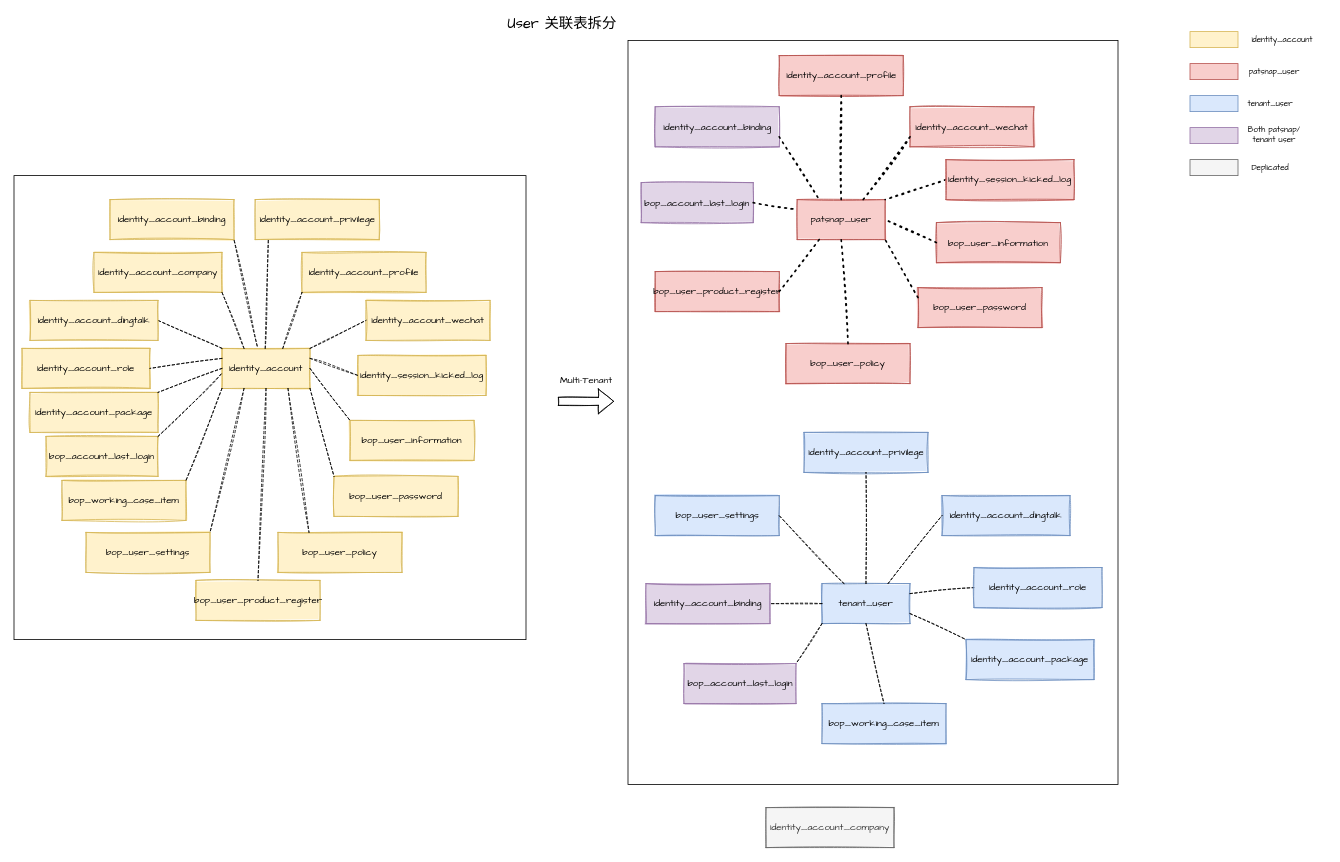
The draw.io diagram page "Page-2" (2 of 2) of Multi-Tenants.drawio in yindongjun/gangzhang.github.io, before the edit. Source tidied: cells renumbered, new cells numbered last; positions are measured from the earlier drawing's top-left corner, leaving out a move shared by most shapes. Both pictures are drawn from the tidied source at 80%, with x=0, y=0 at pixel (14, 15).
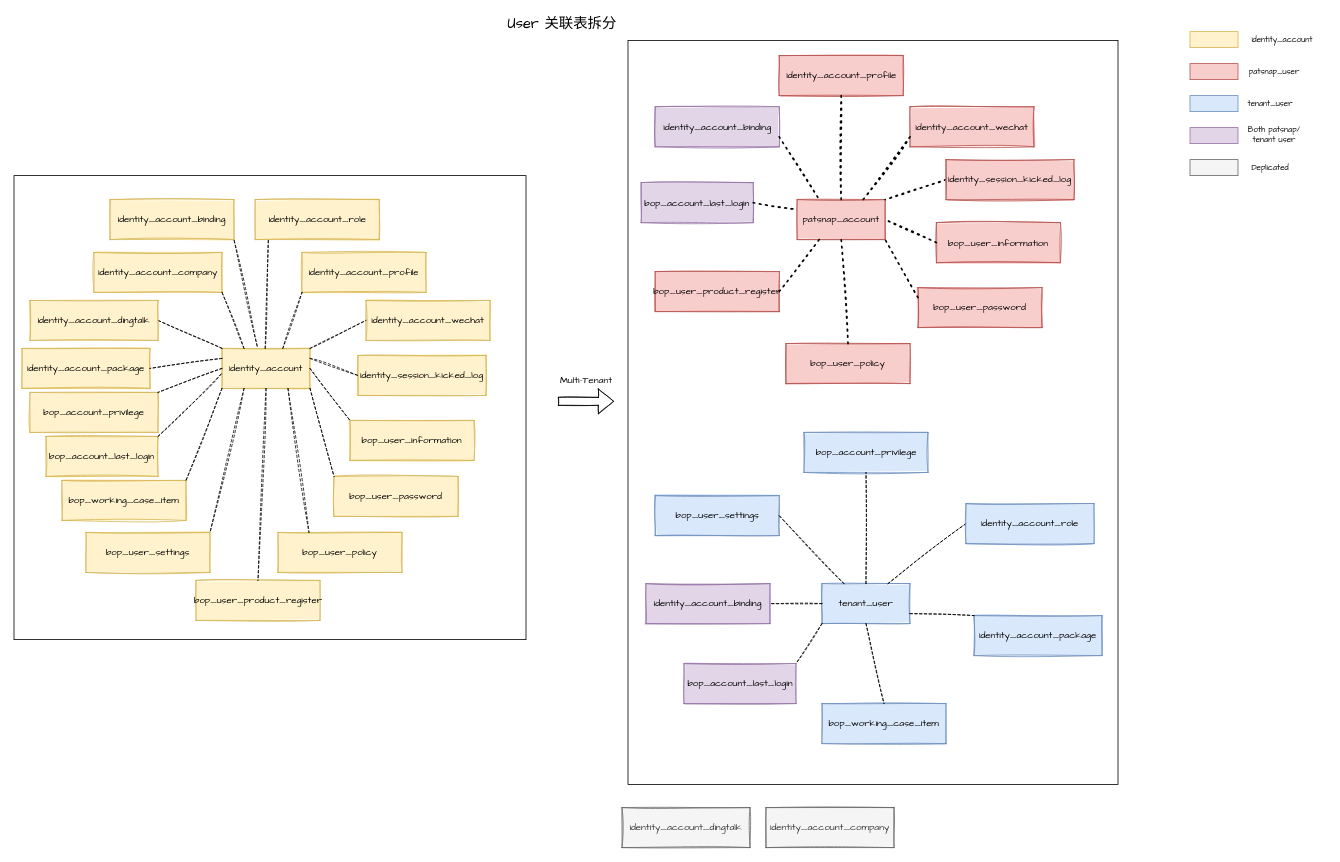
Above is the later version.

The change refers to these unchanged cells:
```xml
<mxCell id="5" value="&lt;span style=&quot;font-family: &amp;quot;Comic Sans MS&amp;quot;;&quot;&gt;tenant_user&lt;/span&gt;" style="whiteSpace=wrap;html=1;sketch=1;fillColor=#dae8fc;strokeColor=#6c8ebf;fillStyle=solid;" parent="1" vertex="1">
  <mxGeometry x="1010" y="710" width="110" height="50" as="geometry" />
</mxCell>
```

Diff of the diagram source:
```diff
@@
-    <mxCell id="4" value="&lt;span style=&quot;font-family: &amp;quot;Comic Sans MS&amp;quot;;&quot;&gt;patsnap_user&lt;/span&gt;" style="whiteSpace=wrap;html=1;sketch=1;fillColor=#f8cecc;strokeColor=#b85450;fillStyle=solid;" parent="1" vertex="1">
+    <mxCell id="4" value="&lt;span style=&quot;font-family: &amp;quot;Comic Sans MS&amp;quot;;&quot;&gt;patsnap_account&lt;/span&gt;" style="whiteSpace=wrap;html=1;sketch=1;fillColor=#f8cecc;strokeColor=#b85450;fillStyle=solid;" parent="1" vertex="1">
       <mxGeometry x="979" y="230" width="110" height="50" as="geometry" />
     </mxCell>
@@
-    <mxCell id="7" style="endArrow=none;dashed=1;html=1;rounded=0;fontFamily=Comic Sans MS;entryX=0;entryY=0.5;entryDx=0;entryDy=0;exitX=1;exitY=0.25;exitDx=0;exitDy=0;sketch=1;" parent="1" edge="1" source="5" target="58">
+    <mxCell id="7" style="endArrow=none;dashed=1;html=1;rounded=0;fontFamily=Comic Sans MS;entryX=0;entryY=0.5;entryDx=0;entryDy=0;exitX=0.75;exitY=0;exitDx=0;exitDy=0;sketch=1;" parent="1" edge="1" source="5" target="58">
       <mxGeometry relative="1" as="geometry" />
     </mxCell>
@@
-    <mxCell id="14" value="&lt;span style=&quot;font-family: &amp;quot;Comic Sans MS&amp;quot;;&quot;&gt;identity_account_privilege&lt;/span&gt;" style="whiteSpace=wrap;html=1;sketch=1;fillColor=#fff2cc;strokeColor=#d6b656;fillStyle=solid;" parent="1" vertex="1">
+    <mxCell id="14" value="&lt;span style=&quot;font-family: &amp;quot;Comic Sans MS&amp;quot;;&quot;&gt;identity_account_role&lt;/span&gt;" style="whiteSpace=wrap;html=1;sketch=1;fillColor=#fff2cc;strokeColor=#d6b656;fillStyle=solid;" parent="1" vertex="1">
       <mxGeometry x="301.5" y="230" width="155" height="50" as="geometry" />
     </mxCell>
@@
-    <mxCell id="26" value="&lt;font face=&quot;Comic Sans MS&quot;&gt;identity_account_role&lt;/font&gt;" style="whiteSpace=wrap;html=1;sketch=1;fillColor=#fff2cc;strokeColor=#d6b656;fillStyle=solid;" parent="1" vertex="1">
+    <mxCell id="26" value="&lt;span style=&quot;font-family: &amp;quot;Comic Sans MS&amp;quot;;&quot;&gt;identity_account_package&lt;/span&gt;" style="whiteSpace=wrap;html=1;sketch=1;fillColor=#fff2cc;strokeColor=#d6b656;fillStyle=solid;" parent="1" vertex="1">
       <mxGeometry x="10" y="416" width="160" height="50" as="geometry" />
     </mxCell>
-    <mxCell id="27" value="&lt;font face=&quot;Comic Sans MS&quot;&gt;identity_account_package&lt;/font&gt;" style="whiteSpace=wrap;html=1;sketch=1;fillColor=#fff2cc;strokeColor=#d6b656;fillStyle=solid;" parent="1" vertex="1">
+    <mxCell id="27" value="&lt;span style=&quot;font-family: &amp;quot;Comic Sans MS&amp;quot;;&quot;&gt;bop_account_privilege&lt;/span&gt;&lt;font face=&quot;Comic Sans MS&quot;&gt;&lt;br&gt;&lt;/font&gt;" style="whiteSpace=wrap;html=1;sketch=1;fillColor=#fff2cc;strokeColor=#d6b656;fillStyle=solid;" parent="1" vertex="1">
       <mxGeometry x="20" y="471" width="160" height="50" as="geometry" />
     </mxCell>
@@
-    <mxCell id="46" value="&lt;span style=&quot;font-family: &amp;quot;Comic Sans MS&amp;quot;;&quot;&gt;identity_account_privilege&lt;/span&gt;" style="whiteSpace=wrap;html=1;sketch=1;fillColor=#dae8fc;strokeColor=#6c8ebf;fillStyle=solid;" parent="1" vertex="1">
+    <mxCell id="46" value="&lt;span style=&quot;font-family: &amp;quot;Comic Sans MS&amp;quot;;&quot;&gt;bop_account_privilege&lt;/span&gt;" style="whiteSpace=wrap;html=1;sketch=1;fillColor=#dae8fc;strokeColor=#6c8ebf;fillStyle=solid;" parent="1" vertex="1">
       <mxGeometry x="987.5" y="521" width="155" height="50" as="geometry" />
     </mxCell>
@@
     <mxCell id="58" value="&lt;font face=&quot;Comic Sans MS&quot;&gt;identity_account_role&lt;/font&gt;" style="whiteSpace=wrap;html=1;sketch=1;fillColor=#dae8fc;strokeColor=#6c8ebf;fillStyle=solid;" parent="1" vertex="1">
-      <mxGeometry x="1200" y="690" width="160" height="50" as="geometry" />
+      <mxGeometry x="1190" y="610" width="160" height="50" as="geometry" />
     </mxCell>
-    <mxCell id="59" value="&lt;font face=&quot;Comic Sans MS&quot;&gt;identity_account_dingtalk&lt;/font&gt;" style="whiteSpace=wrap;html=1;sketch=1;fillColor=#dae8fc;strokeColor=#6c8ebf;fillStyle=solid;" parent="1" vertex="1">
-      <mxGeometry x="1160" y="600" width="160" height="50" as="geometry" />
-    </mxCell>
     <mxCell id="60" value="&lt;font face=&quot;Comic Sans MS&quot;&gt;identity_account_package&lt;/font&gt;" style="whiteSpace=wrap;html=1;sketch=1;fillColor=#dae8fc;strokeColor=#6c8ebf;fillStyle=solid;" parent="1" vertex="1">
-      <mxGeometry x="1190" y="780" width="160" height="50" as="geometry" />
+      <mxGeometry x="1200" y="750" width="160" height="50" as="geometry" />
     </mxCell>
@@
-    <mxCell id="68" style="endArrow=none;dashed=1;html=1;rounded=0;fontFamily=Comic Sans MS;exitX=0.75;exitY=0;exitDx=0;exitDy=0;sketch=1;entryX=0;entryY=0.5;entryDx=0;entryDy=0;" parent="1" edge="1" source="5" target="59">
-      <mxGeometry relative="1" as="geometry" />
-    </mxCell>
@@
+    <mxCell id="59" value="&lt;font face=&quot;Comic Sans MS&quot;&gt;identity_account_dingtalk&lt;/font&gt;" style="whiteSpace=wrap;html=1;sketch=1;fillColor=#f5f5f5;strokeColor=#666666;fillStyle=solid;fontColor=#333333;" parent="1" vertex="1">
+      <mxGeometry x="760" y="990" width="160" height="50" as="geometry" />
+    </mxCell>
```
